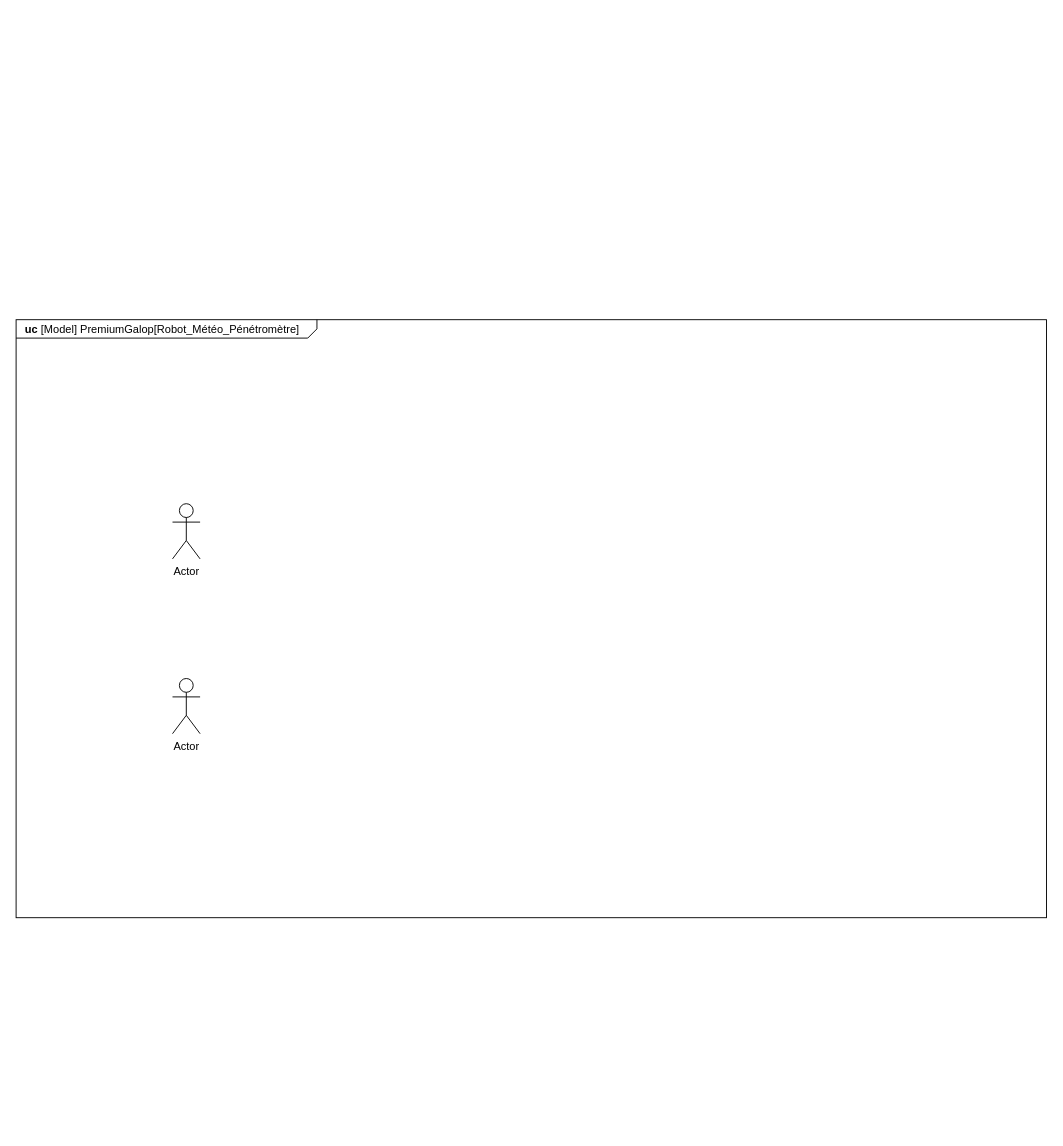
The draw.io diagram SYSML/UseCase.drawio in ToGen49/Hippodrome, before the edit. Source tidied: cells renumbered, new cells numbered last; positions are measured from the earlier drawing's top-left corner, leaving out a move shared by most shapes. Both pictures are drawn from the tidied source at 92%, with x=0, y=0 at pixel (16, 319).
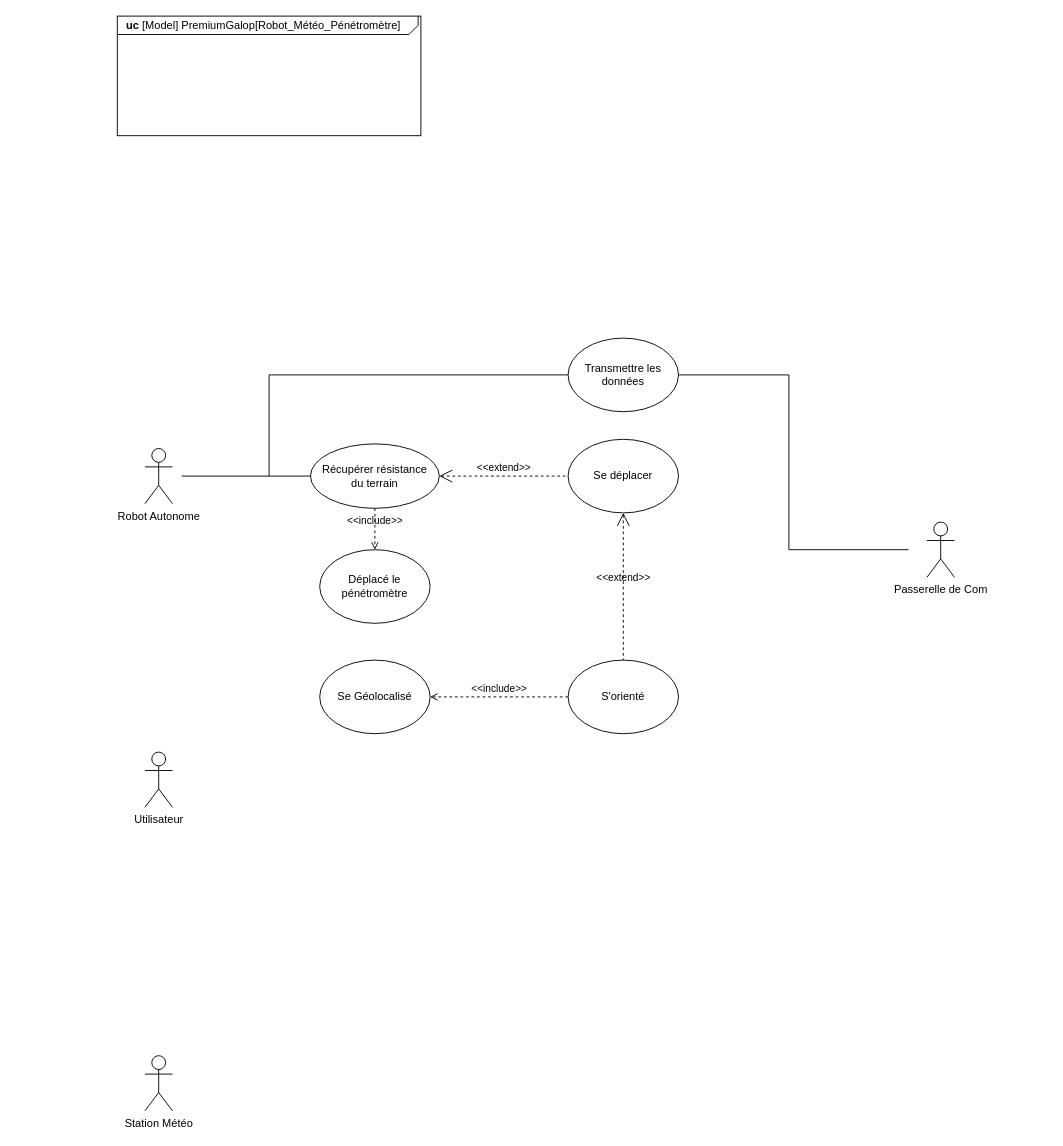
The same page after the edit.

Commit message:
Mettre à jour UseCase.drawio

Change to the diagram source:
```diff
@@
     <mxCell id="2" value="&lt;p style=&quot;margin: 0px ; margin-top: 4px ; margin-left: 10px ; text-align: left&quot;&gt;&lt;b&gt;uc&lt;/b&gt;&amp;nbsp;[Model] PremiumGalop[Robot_Météo_Pénétromètre]&lt;/p&gt;" style="html=1;strokeWidth=1;shape=mxgraph.sysml.package;html=1;overflow=fill;whiteSpace=wrap;fillColor=none;gradientColor=none;fontSize=12;align=center;labelX=327.64;" parent="1" vertex="1">
-      <mxGeometry width="1120" height="650" as="geometry" />
+      <mxGeometry x="110" y="-330" width="330" height="130" as="geometry" />
     </mxCell>
-    <mxCell id="3" value="Actor" style="shape=umlActor;verticalLabelPosition=bottom;verticalAlign=top;html=1;" parent="1" vertex="1">
-      <mxGeometry x="170" y="200" width="30" height="60" as="geometry" />
+    <mxCell id="3" value="Robot Autonome" style="shape=umlActor;verticalLabelPosition=bottom;verticalAlign=top;html=1;" parent="1" vertex="1">
+      <mxGeometry x="140" y="140" width="30" height="60" as="geometry" />
     </mxCell>
-    <mxCell id="4" value="Actor" style="shape=umlActor;verticalLabelPosition=bottom;verticalAlign=top;html=1;" parent="1" vertex="1">
-      <mxGeometry x="170" y="390" width="30" height="60" as="geometry" />
+    <mxCell id="4" value="Utilisateur" style="shape=umlActor;verticalLabelPosition=bottom;verticalAlign=top;html=1;" parent="1" vertex="1">
+      <mxGeometry x="140" y="470" width="30" height="60" as="geometry" />
     </mxCell>
+    <mxCell id="5" value="Récupérer résistance&lt;br&gt;du terrain" style="ellipse;whiteSpace=wrap;html=1;" parent="1" vertex="1">
+      <mxGeometry x="320" y="135" width="140" height="70" as="geometry" />
+    </mxCell>
+    <mxCell id="6" style="endArrow=none;html=1;rounded=0;entryX=0;entryY=0.5;entryDx=0;entryDy=0;" parent="1" edge="1" target="5">
+      <mxGeometry relative="1" as="geometry">
+        <mxPoint x="180" y="170" as="sourcePoint" />
+      </mxGeometry>
+    </mxCell>
+    <mxCell id="7" value="Station Météo" style="shape=umlActor;verticalLabelPosition=bottom;verticalAlign=top;html=1;" parent="1" vertex="1">
+      <mxGeometry x="140" y="800" width="30" height="60" as="geometry" />
+    </mxCell>
+    <mxCell id="8" value="Déplacé le pénétromètre" style="ellipse;whiteSpace=wrap;html=1;" parent="1" vertex="1">
+      <mxGeometry x="330" y="250" width="120" height="80" as="geometry" />
+    </mxCell>
+    <mxCell id="9" value="&amp;lt;&amp;lt;include&amp;gt;&amp;gt;" style="edgeStyle=none;html=1;endArrow=open;verticalAlign=bottom;dashed=1;labelBackgroundColor=none;rounded=0;exitX=0.5;exitY=1;exitDx=0;exitDy=0;entryX=0.5;entryY=0;entryDx=0;entryDy=0;" parent="1" edge="1" source="5" target="8">
+      <mxGeometry x="0.01" relative="1" as="geometry" />
+    </mxCell>
+    <mxCell id="10" value="S'orienté" style="ellipse;whiteSpace=wrap;html=1;" parent="1" vertex="1">
+      <mxGeometry x="600" y="370" width="120" height="80" as="geometry" />
+    </mxCell>
+    <mxCell id="11" value="Se Géolocalisé" style="ellipse;whiteSpace=wrap;html=1;" parent="1" vertex="1">
+      <mxGeometry x="330" y="370" width="120" height="80" as="geometry" />
+    </mxCell>
+    <mxCell id="12" value="&amp;lt;&amp;lt;include&amp;gt;&amp;gt;" style="edgeStyle=none;html=1;endArrow=open;verticalAlign=bottom;dashed=1;labelBackgroundColor=none;rounded=0;exitX=0;exitY=0.5;exitDx=0;exitDy=0;entryX=1;entryY=0.5;entryDx=0;entryDy=0;" parent="1" edge="1" source="10" target="11">
+      <mxGeometry relative="1" as="geometry" />
+    </mxCell>
+    <mxCell id="13" value="Se déplacer" style="ellipse;whiteSpace=wrap;html=1;" parent="1" vertex="1">
+      <mxGeometry x="600" y="130" width="120" height="80" as="geometry" />
+    </mxCell>
+    <mxCell id="14" value="&amp;lt;&amp;lt;extend&amp;gt;&amp;gt;" style="edgeStyle=none;html=1;startArrow=open;endArrow=none;startSize=12;verticalAlign=bottom;dashed=1;labelBackgroundColor=none;rounded=0;entryX=0;entryY=0.5;entryDx=0;entryDy=0;exitX=1;exitY=0.5;exitDx=0;exitDy=0;" parent="1" edge="1" source="5" target="13">
+      <mxGeometry relative="1" as="geometry" />
+    </mxCell>
+    <mxCell id="15" value="&amp;lt;&amp;lt;extend&amp;gt;&amp;gt;" style="edgeStyle=none;html=1;startArrow=open;endArrow=none;startSize=12;verticalAlign=bottom;dashed=1;labelBackgroundColor=none;rounded=0;exitX=0.5;exitY=1;exitDx=0;exitDy=0;entryX=0.5;entryY=0;entryDx=0;entryDy=0;" parent="1" edge="1" source="13" target="10">
+      <mxGeometry relative="1" as="geometry" />
+    </mxCell>
+    <mxCell id="16" value="Transmettre les données" style="ellipse;whiteSpace=wrap;html=1;" parent="1" vertex="1">
+      <mxGeometry x="600" y="20" width="120" height="80" as="geometry" />
+    </mxCell>
+    <mxCell id="17" style="endArrow=none;html=1;rounded=0;exitX=0;exitY=0.5;exitDx=0;exitDy=0;" parent="1" edge="1" source="16">
+      <mxGeometry relative="1" as="geometry">
+        <mxPoint x="275" y="170" as="targetPoint" />
+        <Array as="points">
+          <mxPoint x="275" y="60" />
+        </Array>
+      </mxGeometry>
+    </mxCell>
+    <mxCell id="18" value="Passerelle de Com" style="shape=umlActor;verticalLabelPosition=bottom;verticalAlign=top;html=1;" parent="1" vertex="1">
+      <mxGeometry x="990" y="220" width="30" height="60" as="geometry" />
+    </mxCell>
+    <mxCell id="19" style="endArrow=none;html=1;rounded=0;exitX=1;exitY=0.5;exitDx=0;exitDy=0;" parent="1" edge="1" source="16">
+      <mxGeometry relative="1" as="geometry">
+        <mxPoint x="970" y="250" as="targetPoint" />
+        <Array as="points">
+          <mxPoint x="840" y="60" />
+          <mxPoint x="840" y="250" />
+        </Array>
+      </mxGeometry>
+    </mxCell>
```
